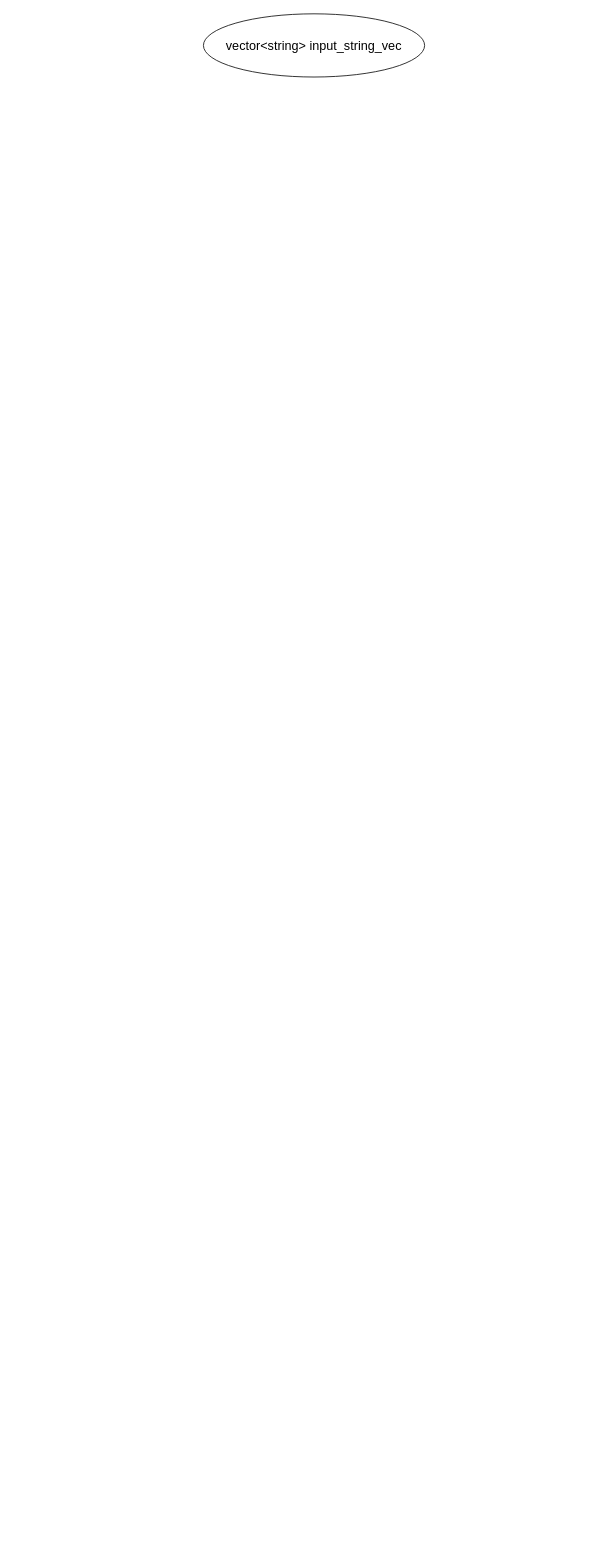
Above: page "Solution" (1 of 2) of menu renewal.drawio in hyunmindev/PS_Menu-Renewal (draw.io), before the change. Source tidied: cells renumbered, new cells numbered last; positions are measured from the earlier drawing's top-left corner, leaving out a move shared by most shapes. Both pictures are drawn from the tidied source at 79%, with x=0, y=0 at pixel (203, 13).
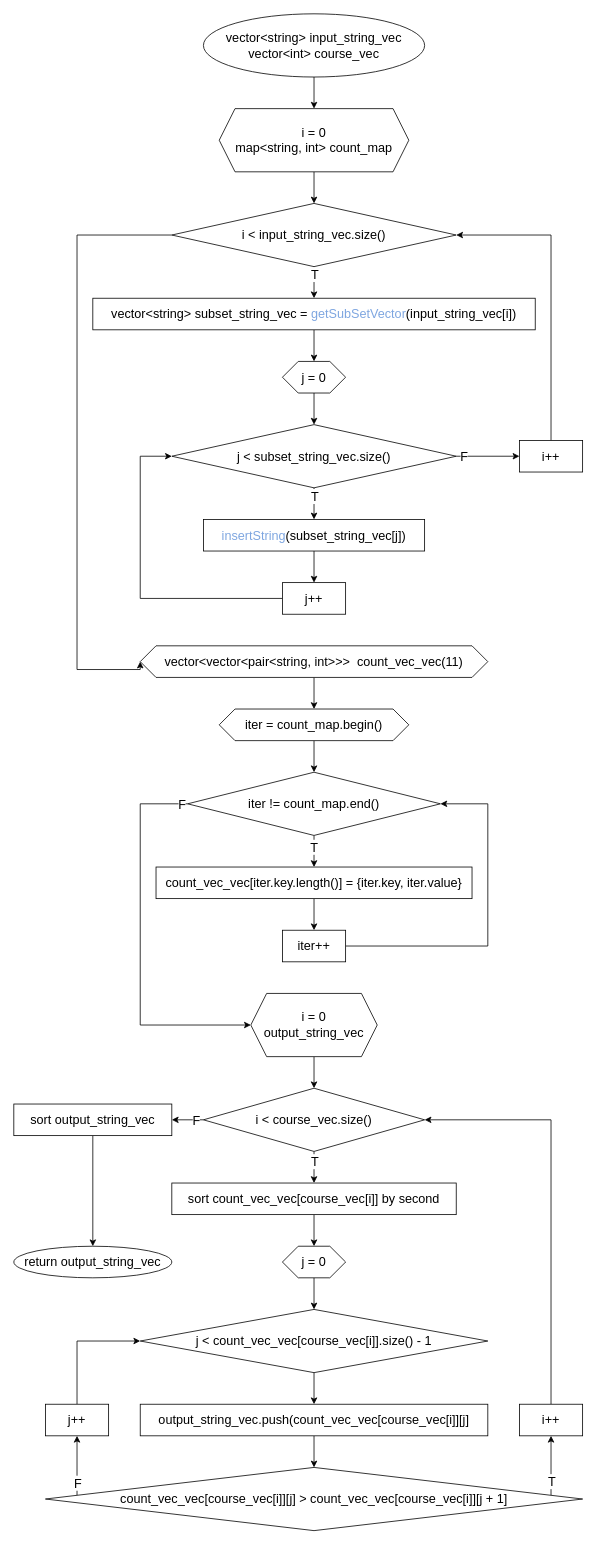
After the change.

Commit message:
draw flowchart

The edit, as a diff of the source:
```diff
@@
+    <mxCell id="3" style="edgeStyle=orthogonalEdgeStyle;rounded=0;jettySize=auto;html=1;fontSize=16;" parent="1" edge="1" source="2" target="5">
+      <mxGeometry relative="1" as="geometry" />
+    </mxCell>
-    <mxCell id="2" value="vector&amp;lt;string&amp;gt; input_string_vec" style="ellipse;whiteSpace=wrap;html=1;fontSize=16;" parent="1" vertex="1">
+    <mxCell id="2" value="vector&amp;lt;string&amp;gt; input_string_vec&lt;br&gt;vector&amp;lt;int&amp;gt; course_vec" style="ellipse;whiteSpace=wrap;html=1;fontSize=16;" parent="1" vertex="1">
       <mxGeometry width="280" height="80" as="geometry" />
     </mxCell>
+    <mxCell id="4" style="edgeStyle=orthogonalEdgeStyle;rounded=0;jettySize=auto;html=1;fontSize=16;" parent="1" edge="1" source="5" target="9">
+      <mxGeometry relative="1" as="geometry" />
+    </mxCell>
+    <mxCell id="5" value="i = 0&lt;br&gt;map&amp;lt;string, int&amp;gt; count_map" style="shape=hexagon;perimeter=hexagonPerimeter2;whiteSpace=wrap;html=1;fixedSize=1;fontSize=16;" parent="1" vertex="1">
+      <mxGeometry x="20" y="120" width="240" height="80" as="geometry" />
+    </mxCell>
+    <mxCell id="6" style="edgeStyle=orthogonalEdgeStyle;rounded=0;jettySize=auto;html=1;fontSize=16;" parent="1" edge="1" source="9" target="11">
+      <mxGeometry relative="1" as="geometry" />
+    </mxCell>
+    <mxCell id="7" value="T" style="edgeLabel;html=1;align=center;verticalAlign=middle;fontSize=16;" parent="6" vertex="1">
+      <mxGeometry x="-0.68" relative="1" as="geometry">
+        <mxPoint y="3.5" as="offset" />
+      </mxGeometry>
+    </mxCell>
+    <mxCell id="8" style="edgeStyle=orthogonalEdgeStyle;rounded=0;jettySize=auto;html=1;entryX=0;entryY=0.5;entryDx=0;entryDy=0;fontSize=16;" parent="1" edge="1" source="9" target="26">
+      <mxGeometry relative="1" as="geometry">
+        <Array as="points">
+          <mxPoint x="-160" y="280" />
+          <mxPoint x="-160" y="830" />
+        </Array>
+      </mxGeometry>
+    </mxCell>
+    <mxCell id="9" value="i &amp;lt; input_string_vec.size()" style="rhombus;whiteSpace=wrap;html=1;fontSize=16;" parent="1" vertex="1">
+      <mxGeometry x="-40" y="240" width="360" height="80" as="geometry" />
+    </mxCell>
+    <mxCell id="10" style="edgeStyle=orthogonalEdgeStyle;rounded=0;jettySize=auto;html=1;fontSize=16;" parent="1" edge="1" source="11" target="13">
+      <mxGeometry relative="1" as="geometry" />
+    </mxCell>
+    <mxCell id="11" value="vector&amp;lt;string&amp;gt; subset_string_vec = &lt;font color=&quot;#7ea6e0&quot;&gt;getSubSetVector&lt;/font&gt;(input_string_vec[i])" style="whiteSpace=wrap;html=1;fontSize=16;" parent="1" vertex="1">
+      <mxGeometry x="-140" y="360" width="560" height="40" as="geometry" />
+    </mxCell>
+    <mxCell id="12" style="edgeStyle=orthogonalEdgeStyle;rounded=0;jettySize=auto;html=1;fontSize=16;" parent="1" edge="1" source="13" target="18">
+      <mxGeometry relative="1" as="geometry" />
+    </mxCell>
+    <mxCell id="13" value="j = 0" style="shape=hexagon;perimeter=hexagonPerimeter2;whiteSpace=wrap;html=1;fixedSize=1;fontSize=16;" parent="1" vertex="1">
+      <mxGeometry x="100" y="440" width="80" height="40" as="geometry" />
+    </mxCell>
+    <mxCell id="14" style="edgeStyle=orthogonalEdgeStyle;rounded=0;jettySize=auto;html=1;fontSize=16;" parent="1" edge="1" source="18" target="20">
+      <mxGeometry relative="1" as="geometry" />
+    </mxCell>
+    <mxCell id="15" value="T" style="edgeLabel;html=1;align=center;verticalAlign=middle;fontSize=16;" parent="14" vertex="1">
+      <mxGeometry x="-0.6" relative="1" as="geometry">
+        <mxPoint y="2" as="offset" />
+      </mxGeometry>
+    </mxCell>
+    <mxCell id="16" style="edgeStyle=orthogonalEdgeStyle;rounded=0;jettySize=auto;html=1;fontSize=16;" parent="1" edge="1" source="18" target="24">
+      <mxGeometry relative="1" as="geometry" />
+    </mxCell>
+    <mxCell id="17" value="F" style="edgeLabel;html=1;align=center;verticalAlign=middle;fontSize=16;" parent="16" vertex="1">
+      <mxGeometry x="-0.72" y="-1" relative="1" as="geometry">
+        <mxPoint x="-1.3" y="-1" as="offset" />
+      </mxGeometry>
+    </mxCell>
+    <mxCell id="18" value="j &amp;lt; subset_string_vec.size()" style="rhombus;whiteSpace=wrap;html=1;fontSize=16;" parent="1" vertex="1">
+      <mxGeometry x="-40" y="520" width="360" height="80" as="geometry" />
+    </mxCell>
+    <mxCell id="19" style="edgeStyle=orthogonalEdgeStyle;rounded=0;jettySize=auto;html=1;fontSize=16;" parent="1" edge="1" source="20" target="22">
+      <mxGeometry relative="1" as="geometry" />
+    </mxCell>
+    <mxCell id="20" value="&lt;font color=&quot;#7ea6e0&quot;&gt;insertString&lt;/font&gt;(subset_string_vec[j])" style="whiteSpace=wrap;html=1;fontSize=16;" parent="1" vertex="1">
+      <mxGeometry y="640" width="280" height="40" as="geometry" />
+    </mxCell>
+    <mxCell id="21" style="edgeStyle=orthogonalEdgeStyle;rounded=0;jettySize=auto;html=1;entryX=0;entryY=0.5;entryDx=0;entryDy=0;fontSize=16;" parent="1" edge="1" source="22" target="18">
+      <mxGeometry relative="1" as="geometry">
+        <Array as="points">
+          <mxPoint x="-80" y="740" />
+          <mxPoint x="-80" y="560" />
+        </Array>
+      </mxGeometry>
+    </mxCell>
+    <mxCell id="22" value="j++" style="whiteSpace=wrap;html=1;fontSize=16;" parent="1" vertex="1">
+      <mxGeometry x="100" y="720" width="80" height="40" as="geometry" />
+    </mxCell>
+    <mxCell id="23" style="edgeStyle=orthogonalEdgeStyle;rounded=0;jettySize=auto;html=1;entryX=1;entryY=0.5;entryDx=0;entryDy=0;fontSize=16;" parent="1" edge="1" source="24" target="9">
+      <mxGeometry relative="1" as="geometry">
+        <Array as="points">
+          <mxPoint x="440" y="280" />
+        </Array>
+      </mxGeometry>
+    </mxCell>
+    <mxCell id="24" value="i++" style="whiteSpace=wrap;html=1;fontSize=16;" parent="1" vertex="1">
+      <mxGeometry x="400" y="540" width="80" height="40" as="geometry" />
+    </mxCell>
+    <mxCell id="25" style="edgeStyle=orthogonalEdgeStyle;rounded=0;jettySize=auto;html=1;fontSize=16;" parent="1" edge="1" source="26" target="28">
+      <mxGeometry relative="1" as="geometry" />
+    </mxCell>
+    <mxCell id="26" value="vector&amp;lt;vector&amp;lt;pair&amp;lt;string, int&amp;gt;&amp;gt;&amp;gt;&amp;nbsp; count_vec_vec(11)" style="shape=hexagon;perimeter=hexagonPerimeter2;whiteSpace=wrap;html=1;fixedSize=1;fontSize=16;" parent="1" vertex="1">
+      <mxGeometry x="-80" y="800" width="440" height="40" as="geometry" />
+    </mxCell>
+    <mxCell id="27" style="edgeStyle=orthogonalEdgeStyle;rounded=0;jettySize=auto;html=1;fontSize=16;" parent="1" edge="1" source="28" target="33">
+      <mxGeometry relative="1" as="geometry" />
+    </mxCell>
+    <mxCell id="28" value="iter = count_map.begin()" style="shape=hexagon;perimeter=hexagonPerimeter2;whiteSpace=wrap;html=1;fixedSize=1;fontSize=16;" parent="1" vertex="1">
+      <mxGeometry x="20" y="880" width="240" height="40" as="geometry" />
+    </mxCell>
+    <mxCell id="29" style="edgeStyle=orthogonalEdgeStyle;rounded=0;jettySize=auto;html=1;fontSize=16;" parent="1" edge="1" source="33" target="35">
+      <mxGeometry relative="1" as="geometry" />
+    </mxCell>
+    <mxCell id="30" value="T" style="edgeLabel;html=1;align=center;verticalAlign=middle;fontSize=16;" parent="29" vertex="1">
+      <mxGeometry x="-0.29" y="-1" relative="1" as="geometry" />
+    </mxCell>
+    <mxCell id="31" style="edgeStyle=orthogonalEdgeStyle;rounded=0;jettySize=auto;html=1;fontSize=16;exitX=0;exitY=0.5;exitDx=0;exitDy=0;" parent="1" edge="1" source="33" target="39">
+      <mxGeometry relative="1" as="geometry">
+        <Array as="points">
+          <mxPoint x="-80" y="1000" />
+          <mxPoint x="-80" y="1280" />
+        </Array>
+      </mxGeometry>
+    </mxCell>
+    <mxCell id="32" value="F" style="edgeLabel;html=1;align=center;verticalAlign=middle;fontSize=16;" parent="31" vertex="1">
+      <mxGeometry x="-0.92" y="-1" relative="1" as="geometry">
+        <mxPoint x="11.2" y="1" as="offset" />
+      </mxGeometry>
+    </mxCell>
+    <mxCell id="33" value="iter != count_map.end()" style="rhombus;whiteSpace=wrap;html=1;fontSize=16;" parent="1" vertex="1">
+      <mxGeometry x="-20" y="960" width="320" height="80" as="geometry" />
+    </mxCell>
+    <mxCell id="34" style="edgeStyle=orthogonalEdgeStyle;rounded=0;jettySize=auto;html=1;fontSize=16;" parent="1" edge="1" source="35" target="37">
+      <mxGeometry relative="1" as="geometry" />
+    </mxCell>
+    <mxCell id="35" value="count_vec_vec[iter.key.length()] = {iter.key, iter.value}" style="whiteSpace=wrap;html=1;fontSize=16;" parent="1" vertex="1">
+      <mxGeometry x="-60" y="1080" width="400" height="40" as="geometry" />
+    </mxCell>
+    <mxCell id="36" style="edgeStyle=orthogonalEdgeStyle;rounded=0;jettySize=auto;html=1;entryX=1;entryY=0.5;entryDx=0;entryDy=0;fontSize=16;" parent="1" edge="1" source="37" target="33">
+      <mxGeometry relative="1" as="geometry">
+        <Array as="points">
+          <mxPoint x="360" y="1180" />
+          <mxPoint x="360" y="1000" />
+        </Array>
+      </mxGeometry>
+    </mxCell>
+    <mxCell id="37" value="iter++" style="whiteSpace=wrap;html=1;fontSize=16;" parent="1" vertex="1">
+      <mxGeometry x="100" y="1160" width="80" height="40" as="geometry" />
+    </mxCell>
+    <mxCell id="38" style="edgeStyle=orthogonalEdgeStyle;rounded=0;jettySize=auto;html=1;entryX=0.5;entryY=0;entryDx=0;entryDy=0;" parent="1" edge="1" source="39" target="44">
+      <mxGeometry relative="1" as="geometry" />
+    </mxCell>
+    <mxCell id="39" value="i = 0&lt;br&gt;output_string_vec" style="shape=hexagon;perimeter=hexagonPerimeter2;whiteSpace=wrap;html=1;fixedSize=1;fontSize=16;" parent="1" vertex="1">
+      <mxGeometry x="60" y="1240" width="160" height="80" as="geometry" />
+    </mxCell>
+    <mxCell id="40" style="edgeStyle=orthogonalEdgeStyle;rounded=0;jettySize=auto;html=1;fontSize=16;" parent="1" edge="1" source="44" target="46">
+      <mxGeometry relative="1" as="geometry" />
+    </mxCell>
+    <mxCell id="41" value="T" style="edgeLabel;html=1;align=center;verticalAlign=middle;fontSize=16;" parent="40" vertex="1">
+      <mxGeometry x="-0.39" y="2" relative="1" as="geometry">
+        <mxPoint x="-2" as="offset" />
+      </mxGeometry>
+    </mxCell>
+    <mxCell id="42" style="edgeStyle=orthogonalEdgeStyle;rounded=0;jettySize=auto;html=1;fontSize=16;exitX=0;exitY=0.5;exitDx=0;exitDy=0;" parent="1" edge="1" source="44" target="63">
+      <mxGeometry relative="1" as="geometry" />
+    </mxCell>
+    <mxCell id="43" value="F" style="edgeLabel;html=1;align=center;verticalAlign=middle;fontSize=16;" parent="42" vertex="1">
+      <mxGeometry x="-0.54" y="1" relative="1" as="geometry">
+        <mxPoint x="-1" y="-1" as="offset" />
+      </mxGeometry>
+    </mxCell>
+    <mxCell id="44" value="i &amp;lt; course_vec.size()" style="rhombus;whiteSpace=wrap;html=1;fontSize=16;" parent="1" vertex="1">
+      <mxGeometry y="1360" width="280" height="80" as="geometry" />
+    </mxCell>
+    <mxCell id="45" style="edgeStyle=orthogonalEdgeStyle;rounded=0;jettySize=auto;html=1;" parent="1" edge="1" source="46" target="48">
+      <mxGeometry relative="1" as="geometry" />
+    </mxCell>
+    <mxCell id="46" value="sort count_vec_vec[course_vec[i]] by second" style="whiteSpace=wrap;html=1;fontSize=16;" parent="1" vertex="1">
+      <mxGeometry x="-40" y="1480" width="360" height="40" as="geometry" />
+    </mxCell>
+    <mxCell id="47" style="edgeStyle=orthogonalEdgeStyle;rounded=0;jettySize=auto;html=1;" parent="1" edge="1" source="48" target="50">
+      <mxGeometry relative="1" as="geometry" />
+    </mxCell>
+    <mxCell id="48" value="j = 0" style="shape=hexagon;perimeter=hexagonPerimeter2;whiteSpace=wrap;html=1;fixedSize=1;fontSize=16;" parent="1" vertex="1">
+      <mxGeometry x="100" y="1560" width="80" height="40" as="geometry" />
+    </mxCell>
+    <mxCell id="49" style="edgeStyle=orthogonalEdgeStyle;rounded=0;jettySize=auto;html=1;" parent="1" edge="1" source="50" target="57">
+      <mxGeometry relative="1" as="geometry" />
+    </mxCell>
+    <mxCell id="50" value="j &amp;lt; count_vec_vec[course_vec[i]].size() - 1" style="rhombus;whiteSpace=wrap;html=1;fontSize=16;" parent="1" vertex="1">
+      <mxGeometry x="-80" y="1640" width="440" height="80" as="geometry" />
+    </mxCell>
+    <mxCell id="51" style="edgeStyle=orthogonalEdgeStyle;rounded=0;jettySize=auto;html=1;entryX=0.5;entryY=1;entryDx=0;entryDy=0;fontSize=16;" parent="1" edge="1" source="55" target="59">
+      <mxGeometry relative="1" as="geometry">
+        <Array as="points">
+          <mxPoint x="-160" y="1860" />
+          <mxPoint x="-160" y="1860" />
+        </Array>
+      </mxGeometry>
+    </mxCell>
+    <mxCell id="52" value="F" style="edgeLabel;html=1;align=center;verticalAlign=middle;fontSize=16;" parent="51" vertex="1">
+      <mxGeometry x="-0.4" y="-3" relative="1" as="geometry">
+        <mxPoint x="-3" y="7.5" as="offset" />
+      </mxGeometry>
+    </mxCell>
+    <mxCell id="53" style="edgeStyle=orthogonalEdgeStyle;rounded=0;jettySize=auto;html=1;entryX=0.5;entryY=1;entryDx=0;entryDy=0;fontSize=16;" parent="1" edge="1" source="55" target="61">
+      <mxGeometry relative="1" as="geometry">
+        <Array as="points">
+          <mxPoint x="440" y="1860" />
+          <mxPoint x="440" y="1860" />
+        </Array>
+      </mxGeometry>
+    </mxCell>
+    <mxCell id="54" value="T" style="edgeLabel;html=1;align=center;verticalAlign=middle;fontSize=16;" parent="53" vertex="1">
+      <mxGeometry x="-0.51" relative="1" as="geometry" />
+    </mxCell>
+    <mxCell id="55" value="&lt;span&gt;count_vec_vec[course_vec[i]][j] &amp;gt;&amp;nbsp;&lt;/span&gt;count_vec_vec[course_vec[i]][j + 1]" style="rhombus;whiteSpace=wrap;html=1;fontSize=16;" parent="1" vertex="1">
+      <mxGeometry x="-200" y="1840" width="680" height="80" as="geometry" />
+    </mxCell>
+    <mxCell id="56" style="edgeStyle=orthogonalEdgeStyle;rounded=0;jettySize=auto;html=1;" parent="1" edge="1" source="57" target="55">
+      <mxGeometry relative="1" as="geometry" />
+    </mxCell>
+    <mxCell id="57" value="&lt;span&gt;output_string_vec.push(&lt;/span&gt;count_vec_vec[course_vec[i]][j]" style="whiteSpace=wrap;html=1;fontSize=16;" parent="1" vertex="1">
+      <mxGeometry x="-80" y="1760" width="440" height="40" as="geometry" />
+    </mxCell>
+    <mxCell id="58" style="edgeStyle=orthogonalEdgeStyle;rounded=0;jettySize=auto;html=1;entryX=0;entryY=0.5;entryDx=0;entryDy=0;fontSize=16;exitX=0.5;exitY=0;exitDx=0;exitDy=0;" parent="1" edge="1" source="59" target="50">
+      <mxGeometry relative="1" as="geometry">
+        <Array as="points">
+          <mxPoint x="-160" y="1680" />
+        </Array>
+      </mxGeometry>
+    </mxCell>
+    <mxCell id="59" value="j++" style="whiteSpace=wrap;html=1;fontSize=16;" parent="1" vertex="1">
+      <mxGeometry x="-200" y="1760" width="80" height="40" as="geometry" />
+    </mxCell>
+    <mxCell id="60" style="edgeStyle=orthogonalEdgeStyle;rounded=0;jettySize=auto;html=1;entryX=1;entryY=0.5;entryDx=0;entryDy=0;fontSize=16;" parent="1" edge="1" source="61" target="44">
+      <mxGeometry relative="1" as="geometry">
+        <Array as="points">
+          <mxPoint x="440" y="1400" />
+        </Array>
+      </mxGeometry>
+    </mxCell>
+    <mxCell id="61" value="i++" style="whiteSpace=wrap;html=1;fontSize=16;" parent="1" vertex="1">
+      <mxGeometry x="400" y="1760" width="80" height="40" as="geometry" />
+    </mxCell>
+    <mxCell id="62" style="edgeStyle=orthogonalEdgeStyle;rounded=0;jettySize=auto;html=1;fontSize=16;" parent="1" edge="1" source="63" target="64">
+      <mxGeometry relative="1" as="geometry" />
+    </mxCell>
+    <mxCell id="63" value="sort output_string_vec" style="whiteSpace=wrap;html=1;fontSize=16;" parent="1" vertex="1">
+      <mxGeometry x="-240" y="1380" width="200" height="40" as="geometry" />
+    </mxCell>
+    <mxCell id="64" value="return output_string_vec" style="ellipse;whiteSpace=wrap;html=1;fontSize=16;" parent="1" vertex="1">
+      <mxGeometry x="-240" y="1560" width="200" height="40" as="geometry" />
+    </mxCell>
```
